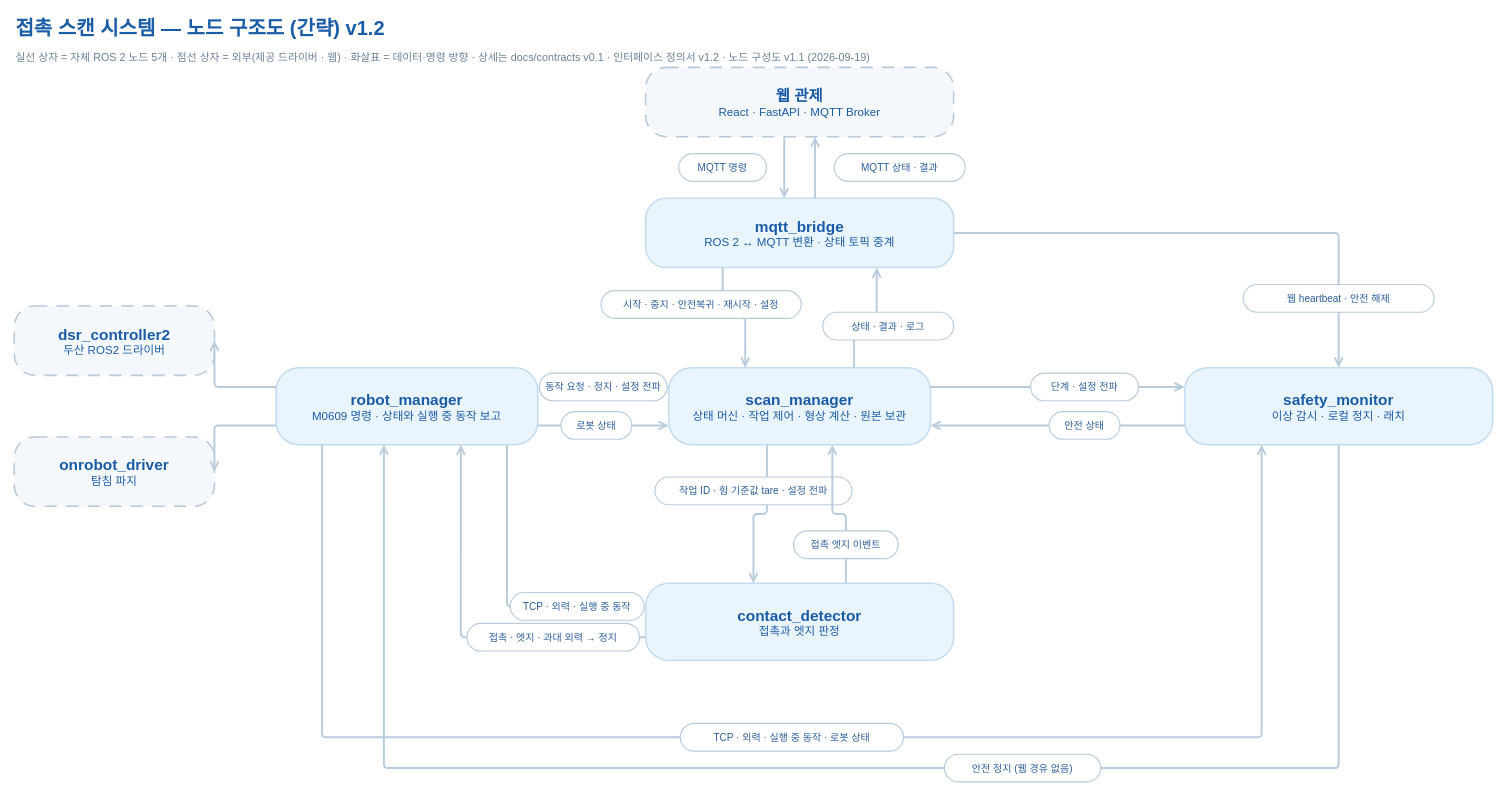
This is docs/design/contact-scan-node-overview-v1.2.drawio from yujh5537/rokey_cobot1_Weld-Made, a draw.io file, before an edit. Source tidied: cells renumbered, new cells numbered last; positions are measured from the earlier drawing's top-left corner, leaving out a move shared by most shapes. Both pictures are drawn from the tidied source at 77%, with x=0, y=0 at pixel (14, 13).
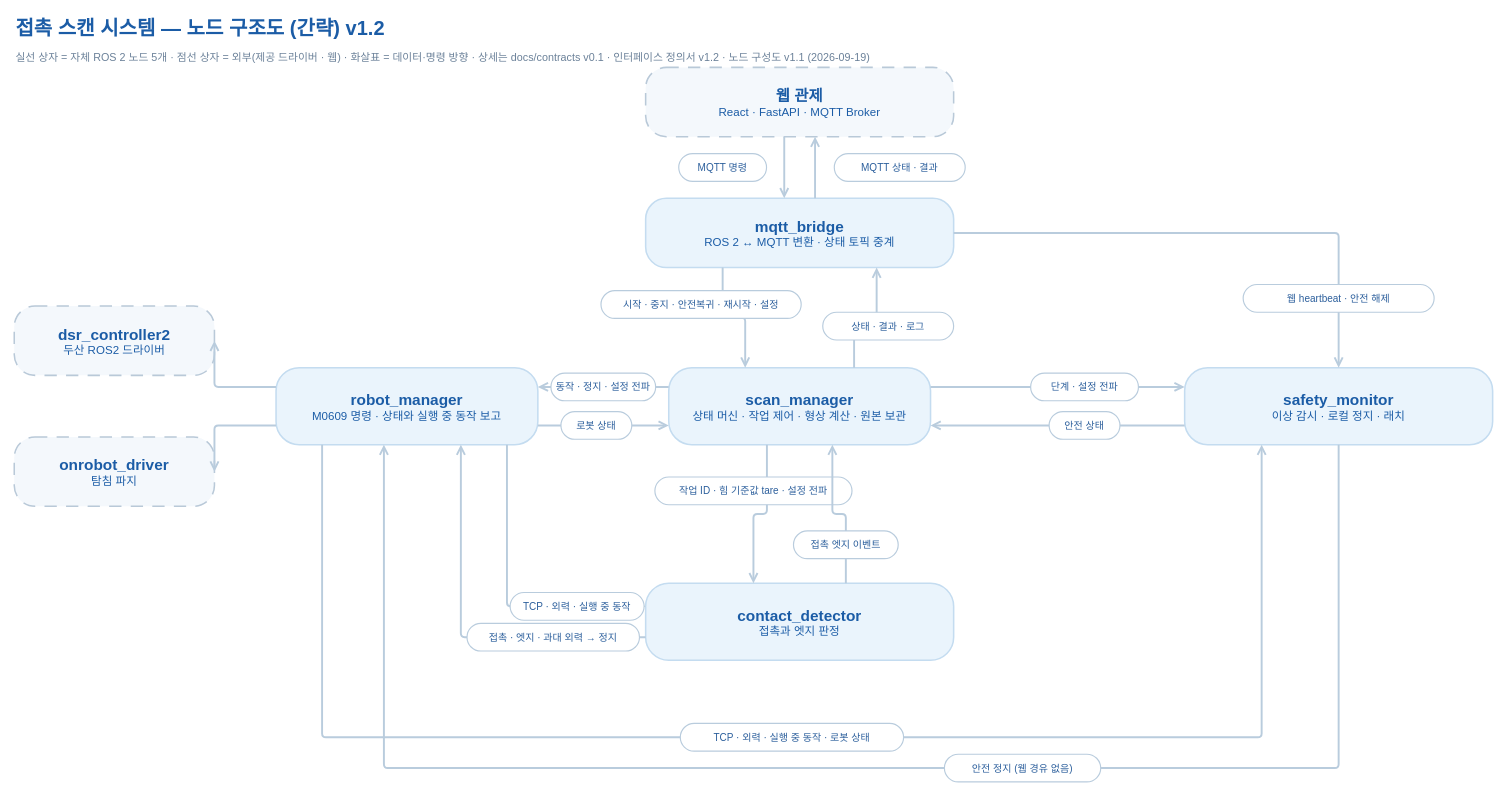
Above is the later version.

Commit message (it also covers changes not shown here):
docs: drawio 글자 넘침 수정 (아키텍처 포트 문구 축약, 간략판 라벨 폭)

Change to the diagram source:
```diff
@@
-    <mxCell id="23" value="동작 요청 · 정지 · 설정 전파" style="rounded=1;arcSize=50;whiteSpace=wrap;html=1;fillColor=#FFFFFF;strokeColor=#B9CCDD;strokeWidth=1.5;fontSize=13;fontColor=#2C5F9C;align=center;verticalAlign=middle;" parent="1" vertex="1">
-      <mxGeometry x="682" y="467" width="166" height="36" as="geometry" />
+    <mxCell id="23" value="동작 · 정지 · 설정 전파" style="rounded=1;arcSize=50;whiteSpace=wrap;html=1;fillColor=#FFFFFF;strokeColor=#B9CCDD;strokeWidth=1.5;fontSize=13;fontColor=#2C5F9C;align=center;verticalAlign=middle;" parent="1" vertex="1">
+      <mxGeometry x="697" y="467" width="136" height="36" as="geometry" />
     </mxCell>
```
